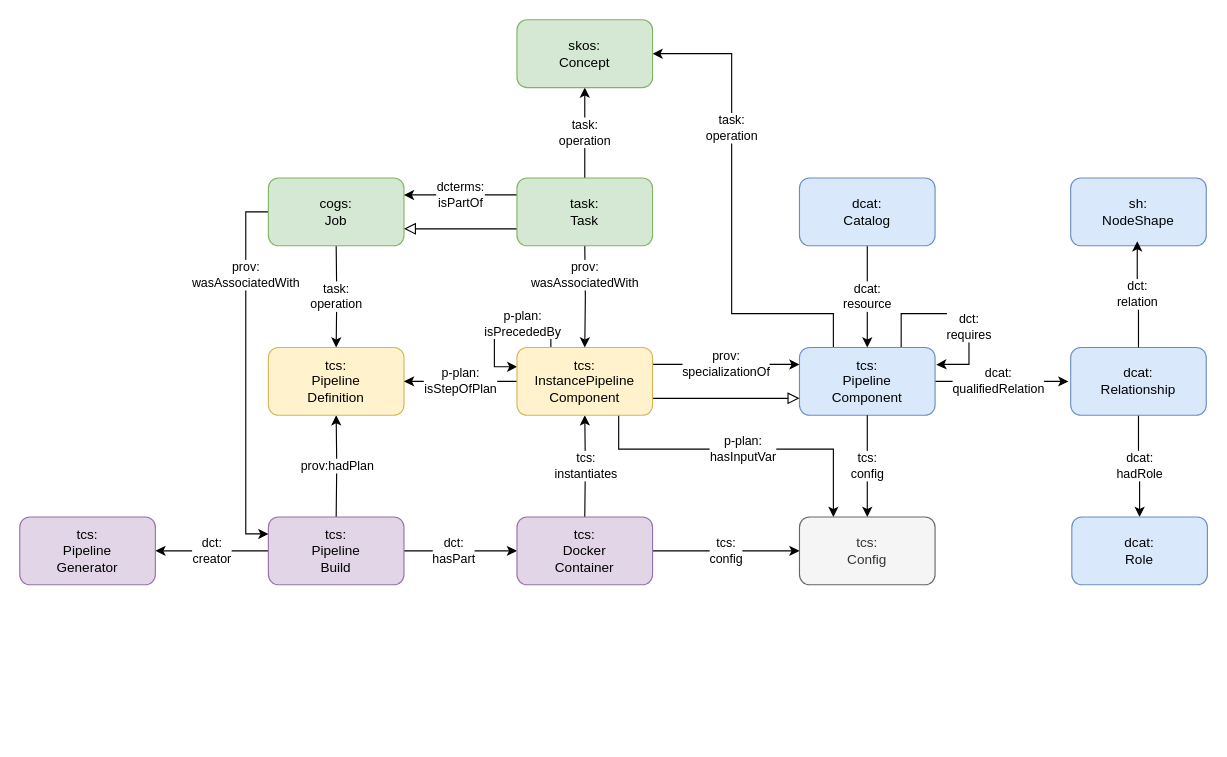
thcarsten/toolchain-specification keeps this draw.io diagram as page "toolchain model" (1 of 4) of semantic model/diagrams/diagrams.drawio. Above is the earlier version. Source tidied: cells renumbered, new cells numbered last; positions are measured from the earlier drawing's top-left corner, leaving out a move shared by most shapes. Both pictures are drawn from the tidied source at 113%, with x=0, y=0 at pixel (19, 19).
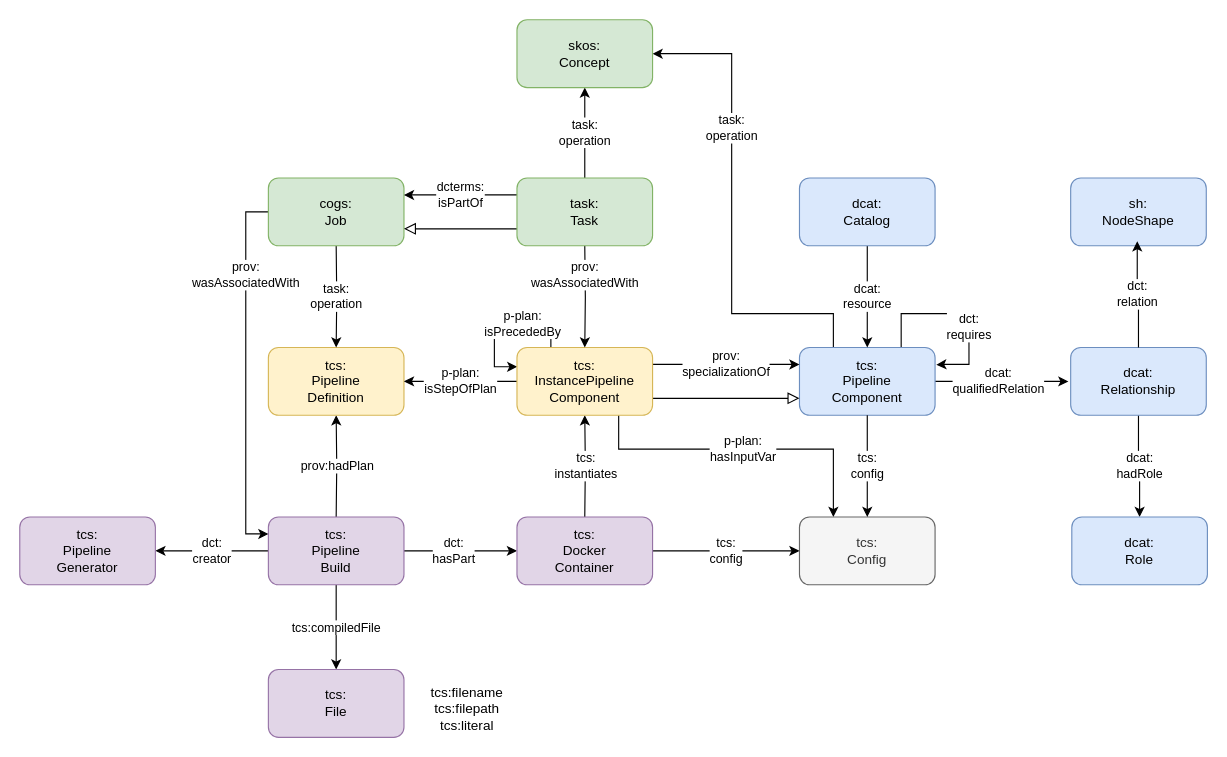
After the change.

Unchanged cells that the change refers to:
```xml
<mxCell id="22" value="tcs:&lt;div&gt;Pipeline&lt;div&gt;Build&lt;/div&gt;&lt;/div&gt;" style="rounded=1;whiteSpace=wrap;html=1;fillColor=#e1d5e7;strokeColor=#9673a6;" parent="1" vertex="1">
  <mxGeometry x="220" y="440" width="120" height="60" as="geometry" />
</mxCell>
```

Diff of the diagram source:
```diff
@@
+    <mxCell id="39" value="tcs:compiledFile" style="edgeStyle=orthogonalEdgeStyle;rounded=0;jettySize=auto;html=1;exitX=0.5;exitY=1;exitDx=0;exitDy=0;entryX=0.5;entryY=0;entryDx=0;entryDy=0;" parent="1" edge="1" source="22" target="40">
+      <mxGeometry relative="1" as="geometry" />
+    </mxCell>
@@
+    <mxCell id="40" value="tcs:&lt;div&gt;File&lt;/div&gt;" style="rounded=1;whiteSpace=wrap;html=1;fillColor=#e1d5e7;strokeColor=#9673a6;" parent="1" vertex="1">
+      <mxGeometry x="220" y="575" width="120" height="60" as="geometry" />
+    </mxCell>
+    <mxCell id="41" value="tcs:filename&lt;div&gt;tcs:filepath&lt;/div&gt;&lt;div&gt;tcs:literal&lt;/div&gt;" style="text;html=1;align=center;verticalAlign=middle;whiteSpace=wrap;rounded=0;" parent="1" vertex="1">
+      <mxGeometry x="366" y="595" width="60" height="30" as="geometry" />
+    </mxCell>
```
